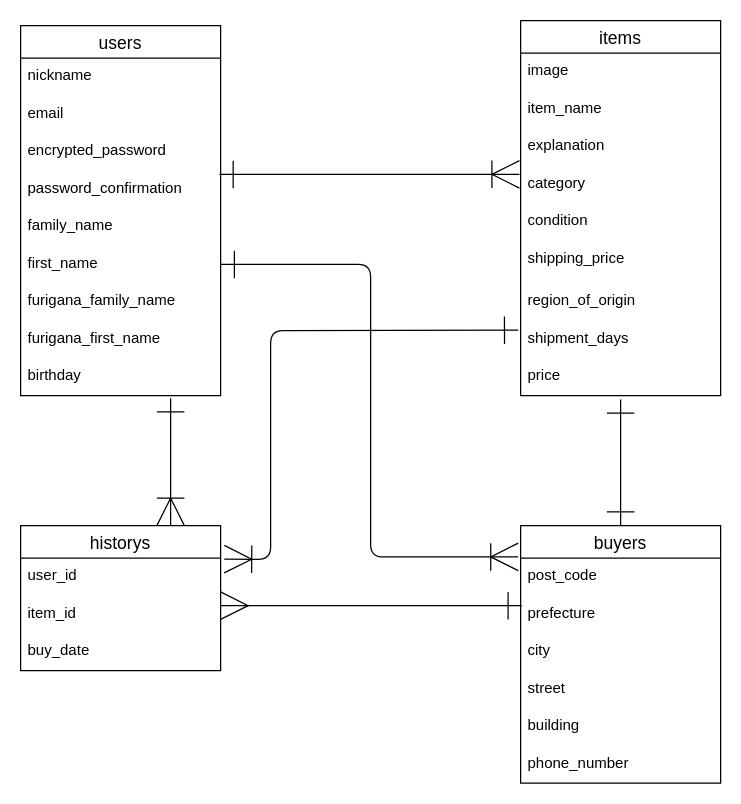
This is page "ページ1" (1 of 2) of draw.dio from JunShin123/furima-40450, a draw.io file, before an edit. Source tidied: cells renumbered, new cells numbered last; positions are measured from the earlier drawing's top-left corner, leaving out a move shared by most shapes. Both pictures are drawn from the tidied source at 125%, with x=0, y=0 at pixel (20, 20).
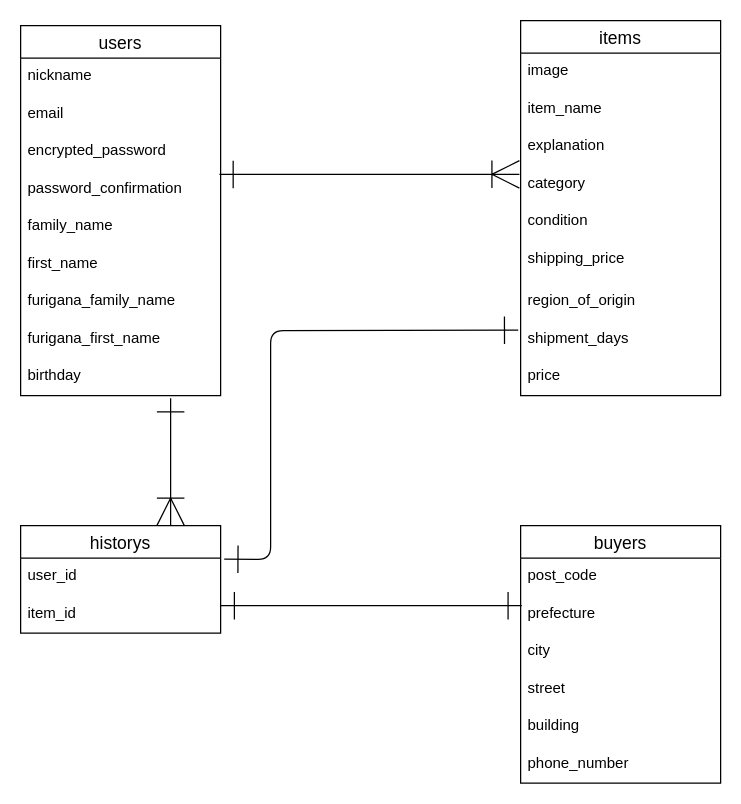
The same diagram, later.

Commit message (it also covers changes not shown here):
データベース設計修正3

The change refers to these unchanged cells:
```xml
<mxCell id="8" value="first_name" style="text;strokeColor=none;fillColor=none;spacingLeft=4;spacingRight=4;overflow=hidden;points=[[0,0.5],[1,0.5]];portConstraint=eastwest;fontSize=12;" parent="2" vertex="1">
  <mxGeometry y="176" width="160" height="30" as="geometry" />
</mxCell>
<mxCell id="20" value="shipment_days" style="text;strokeColor=none;fillColor=none;spacingLeft=4;spacingRight=4;overflow=hidden;points=[[0,0.5],[1,0.5]];portConstraint=eastwest;fontSize=12;" parent="12" vertex="1">
  <mxGeometry y="240" width="160" height="30" as="geometry" />
</mxCell>
<mxCell id="21" value="price" style="text;strokeColor=none;fillColor=none;spacingLeft=4;spacingRight=4;overflow=hidden;points=[[0,0.5],[1,0.5]];portConstraint=eastwest;fontSize=12;" parent="12" vertex="1">
  <mxGeometry y="270" width="160" height="30" as="geometry" />
</mxCell>
<mxCell id="24" value="user_id" style="text;strokeColor=none;fillColor=none;spacingLeft=4;spacingRight=4;overflow=hidden;points=[[0,0.5],[1,0.5]];portConstraint=eastwest;fontSize=12;" parent="23" vertex="1">
  <mxGeometry y="26" width="160" height="30" as="geometry" />
</mxCell>
<mxCell id="27" value="buyers" style="swimlane;fontStyle=0;horizontal=1;startSize=26;align=center;fontSize=14;" parent="1" vertex="1">
  <mxGeometry x="400" y="404" width="160" height="206" as="geometry" />
</mxCell>
<mxCell id="28" value="post_code" style="text;strokeColor=none;fillColor=none;spacingLeft=4;spacingRight=4;overflow=hidden;points=[[0,0.5],[1,0.5]];portConstraint=eastwest;fontSize=12;" parent="27" vertex="1">
  <mxGeometry y="26" width="160" height="30" as="geometry" />
</mxCell>
<mxCell id="29" value="prefecture" style="text;strokeColor=none;fillColor=none;spacingLeft=4;spacingRight=4;overflow=hidden;points=[[0,0.5],[1,0.5]];portConstraint=eastwest;fontSize=12;" parent="27" vertex="1">
  <mxGeometry y="56" width="160" height="30" as="geometry" />
</mxCell>
```

Change to the diagram source:
```diff
@@
     <mxCell id="23" value="historys" style="swimlane;fontStyle=0;horizontal=1;startSize=26;align=center;fontSize=14;" parent="1" vertex="1">
-      <mxGeometry y="404" width="160" height="116" as="geometry" />
+      <mxGeometry y="404" width="160" height="86" as="geometry" />
     </mxCell>
@@
-    <mxCell id="26" value="buy_date" style="text;strokeColor=none;fillColor=none;spacingLeft=4;spacingRight=4;overflow=hidden;fontSize=12;" parent="23" vertex="1">
-      <mxGeometry y="86" width="160" height="30" as="geometry" />
-    </mxCell>
@@
-    <mxCell id="35" style="edgeStyle=none;html=1;startArrow=ERone;startFill=0;endArrow=ERone;endFill=0;startSize=20;endSize=20;exitX=0.5;exitY=1.1;exitDx=0;exitDy=0;exitPerimeter=0;" parent="1" edge="1" source="21" target="27">
-      <mxGeometry relative="1" as="geometry" />
-    </mxCell>
-    <mxCell id="36" style="edgeStyle=none;html=1;exitX=0.006;exitY=0.267;exitDx=0;exitDy=0;startArrow=ERone;startFill=0;endArrow=ERmany;endFill=0;startSize=20;endSize=20;exitPerimeter=0;" parent="1" edge="1" source="29">
+    <mxCell id="36" style="edgeStyle=none;html=1;exitX=0.006;exitY=0.267;exitDx=0;exitDy=0;startArrow=ERone;startFill=0;endArrow=ERone;endFill=0;startSize=20;endSize=20;exitPerimeter=0;" parent="1" edge="1" source="29">
       <mxGeometry relative="1" as="geometry">
         <mxPoint x="160" y="468" as="targetPoint" />
       </mxGeometry>
     </mxCell>
-    <mxCell id="37" style="edgeStyle=none;html=1;exitX=1;exitY=0.5;exitDx=0;exitDy=0;entryX=-0.012;entryY=-0.033;entryDx=0;entryDy=0;entryPerimeter=0;startArrow=ERone;startFill=0;endArrow=ERoneToMany;endFill=0;startSize=20;endSize=20;" parent="1" edge="1" source="8" target="28">
-      <mxGeometry relative="1" as="geometry">
-        <Array as="points">
-          <mxPoint x="280" y="195" />
-          <mxPoint x="280" y="429" />
-        </Array>
-      </mxGeometry>
-    </mxCell>
-    <mxCell id="38" style="edgeStyle=none;html=1;entryX=-0.012;entryY=0.253;entryDx=0;entryDy=0;entryPerimeter=0;startArrow=ERoneToMany;startFill=0;endArrow=ERone;endFill=0;startSize=20;endSize=20;exitX=1.018;exitY=0.027;exitDx=0;exitDy=0;exitPerimeter=0;" parent="1" edge="1" source="24" target="20">
+    <mxCell id="38" style="edgeStyle=none;html=1;entryX=-0.012;entryY=0.253;entryDx=0;entryDy=0;entryPerimeter=0;startArrow=ERone;startFill=0;endArrow=ERone;endFill=0;startSize=20;endSize=20;exitX=1.018;exitY=0.027;exitDx=0;exitDy=0;exitPerimeter=0;" parent="1" edge="1" source="24" target="20">
       <mxGeometry relative="1" as="geometry">
         <Array as="points">
           <mxPoint x="200" y="431" />
           <mxPoint x="200" y="248" />
         </Array>
       </mxGeometry>
     </mxCell>
```
